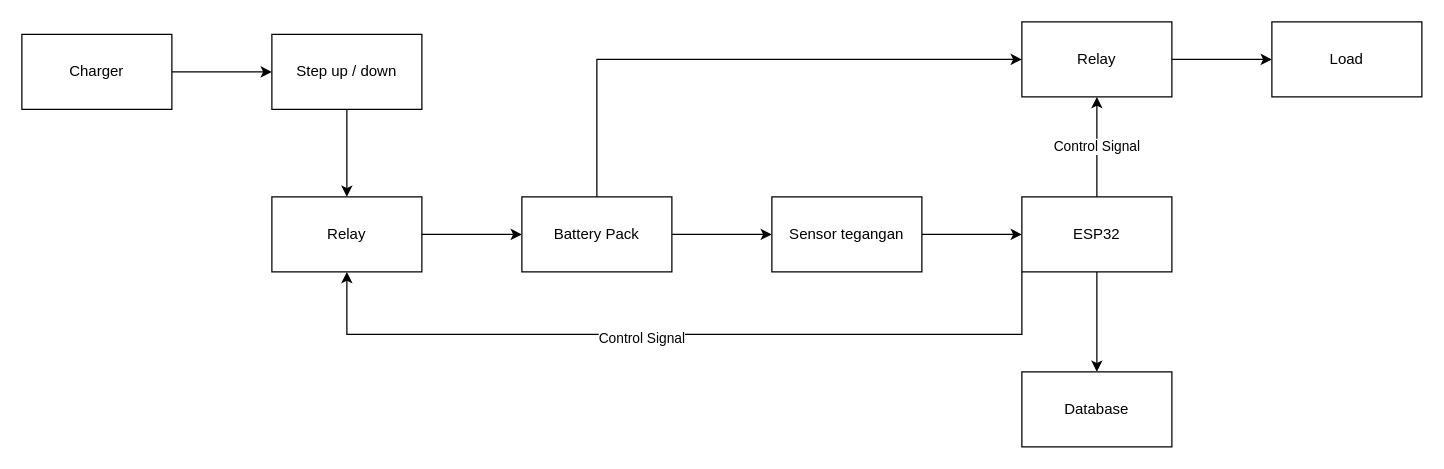
Before: Untitled Diagram.drawio in thomsardi/battery-monitoring, a draw.io diagram. Source tidied: cells renumbered, new cells numbered last; positions are measured from the earlier drawing's top-left corner, leaving out a move shared by most shapes. Both pictures are drawn from the tidied source at 125%, with x=0, y=0 at pixel (21, 21).
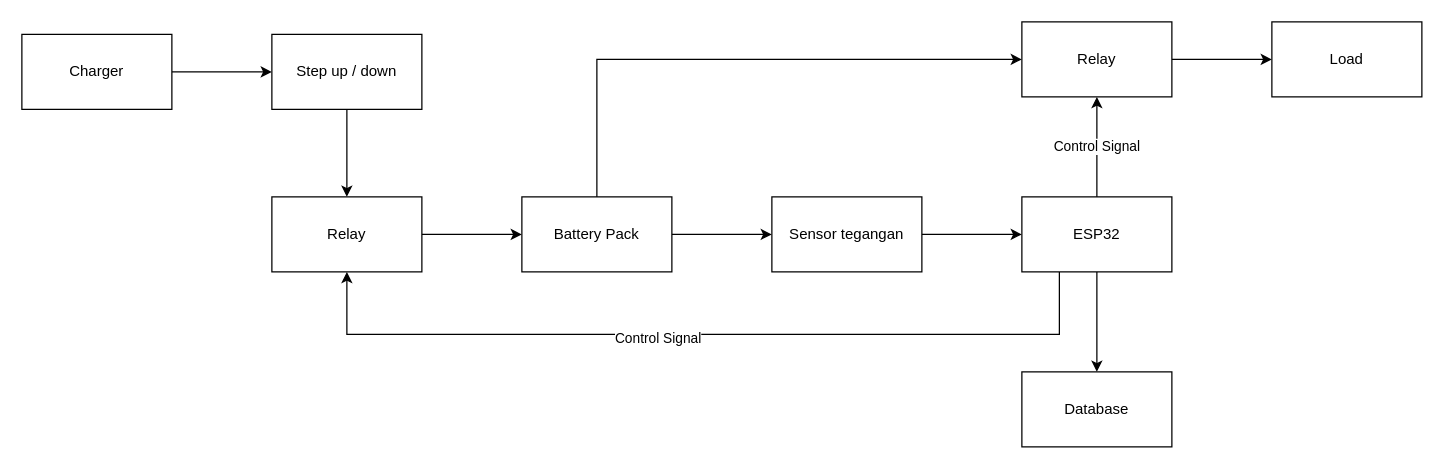
After the change.

The change refers to these unchanged cells:
```xml
<mxCell id="7" value="Relay" style="rounded=0;whiteSpace=wrap;html=1;" parent="1" vertex="1">
  <mxGeometry x="200" y="140" width="120" height="60" as="geometry" />
</mxCell>
<mxCell id="15" value="ESP32" style="rounded=0;whiteSpace=wrap;html=1;" parent="1" vertex="1">
  <mxGeometry x="800" y="140" width="120" height="60" as="geometry" />
</mxCell>
```

The edit, as a diff of the source:
```diff
@@
-    <mxCell id="19" style="endArrow=classic;html=1;rounded=0;entryX=0.5;entryY=1;entryDx=0;entryDy=0;exitX=0;exitY=1;exitDx=0;exitDy=0;" parent="1" edge="1" source="15" target="7">
+    <mxCell id="19" style="endArrow=classic;html=1;rounded=0;entryX=0.5;entryY=1;entryDx=0;entryDy=0;exitX=0.25;exitY=1;exitDx=0;exitDy=0;" parent="1" edge="1" source="15" target="7">
       <mxGeometry relative="1" as="geometry">
         <Array as="points">
-          <mxPoint x="800" y="250" />
+          <mxPoint x="830" y="250" />
           <mxPoint x="260" y="250" />
         </Array>
       </mxGeometry>
     </mxCell>
```
